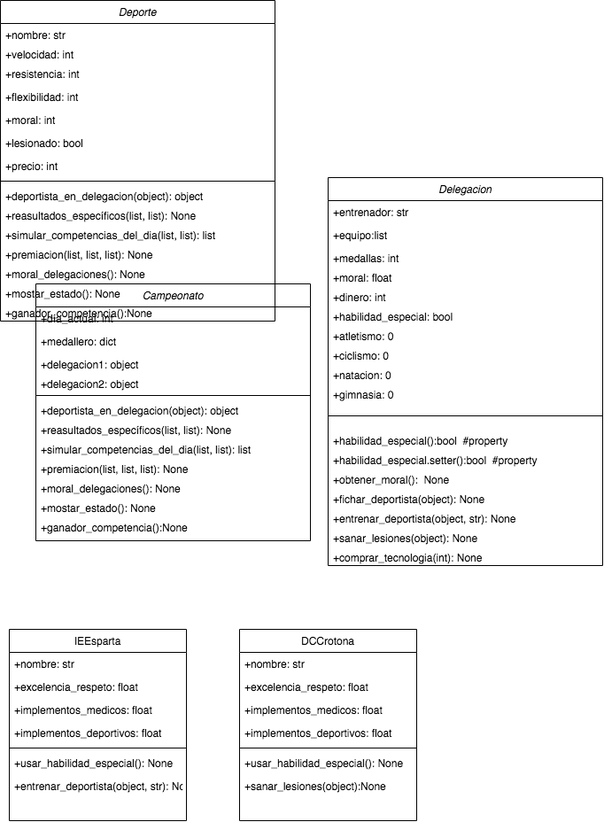
Before: Untitled Diagram.png, a diagram exported from draw.io (nicolaszanni/Programaci-n1). Source tidied: cells renumbered, new cells last; positions are measured from the earlier drawing's top-left corner, leaving out a move shared by most shapes.
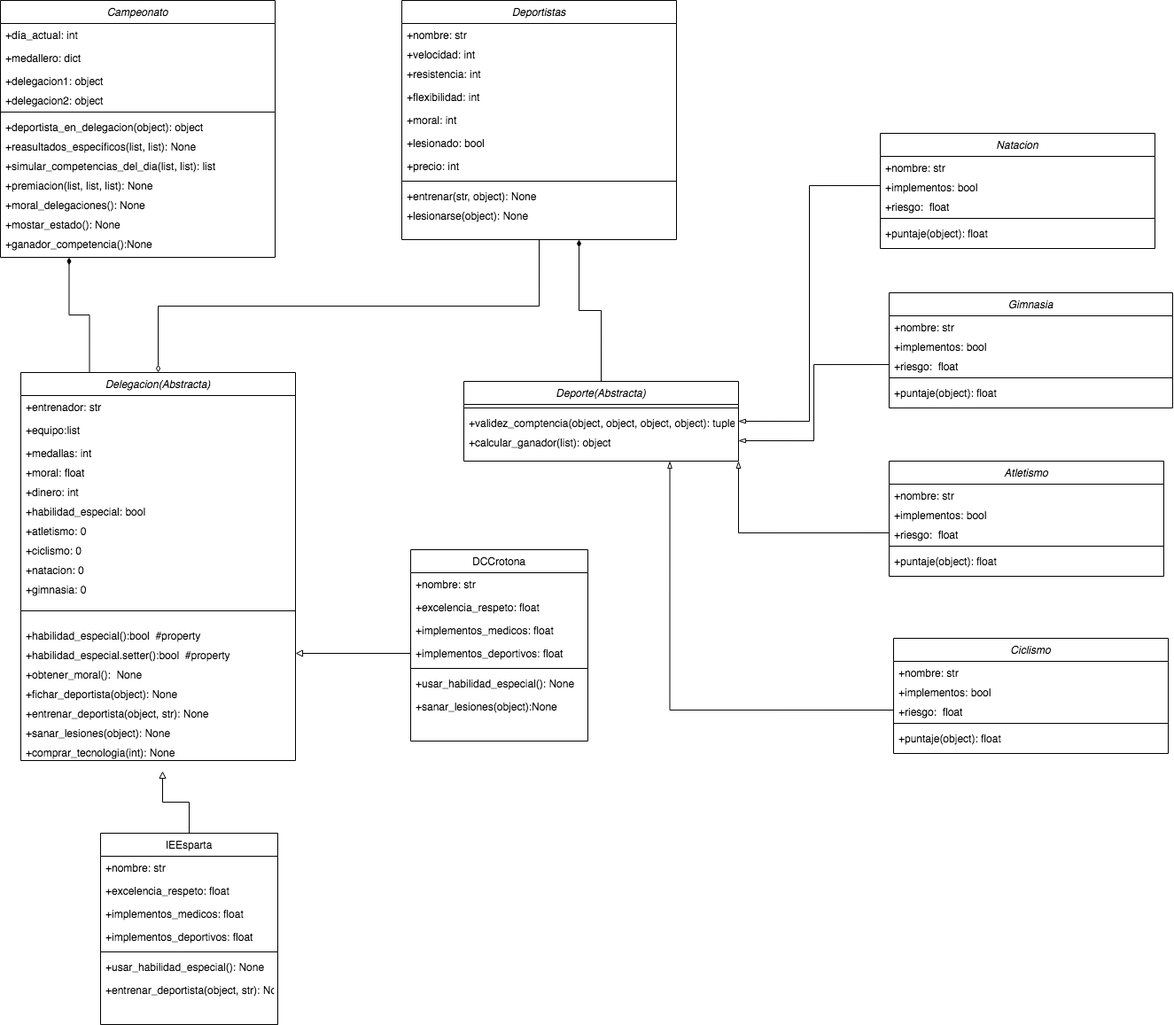
After the commit.

Diff of the diagram source:
```diff
@@ -4,28 +4,4 @@
     <mxCell id="1" parent="0" />
-    <mxCell id="2" value="IEEsparta" style="swimlane;fontStyle=0;align=center;verticalAlign=top;horizontal=1;startSize=26;rounded=0;shadow=0;strokeWidth=1;" parent="1" vertex="1">
-      <mxGeometry x="10" y="710" width="200" height="216" as="geometry" />
-    </mxCell>
-    <mxCell id="3" value="+nombre: str" style="text;align=left;verticalAlign=top;spacingLeft=4;spacingRight=4;overflow=hidden;" parent="2" vertex="1">
-      <mxGeometry y="26" width="200" height="26" as="geometry" />
-    </mxCell>
-    <mxCell id="4" value="+excelencia_respeto: float" style="text;align=left;verticalAlign=top;spacingLeft=4;spacingRight=4;overflow=hidden;rounded=0;shadow=0;html=0;" parent="2" vertex="1">
-      <mxGeometry y="52" width="200" height="26" as="geometry" />
-    </mxCell>
-    <mxCell id="5" value="+implementos_medicos: float" style="text;align=left;verticalAlign=top;spacingLeft=4;spacingRight=4;overflow=hidden;rounded=0;shadow=0;html=0;" parent="2" vertex="1">
-      <mxGeometry y="78" width="200" height="26" as="geometry" />
-    </mxCell>
-    <mxCell id="6" value="+implementos_deportivos: float" style="text;align=left;verticalAlign=top;spacingLeft=4;spacingRight=4;overflow=hidden;rounded=0;shadow=0;html=0;" parent="2" vertex="1">
-      <mxGeometry y="104" width="200" height="26" as="geometry" />
-    </mxCell>
-    <mxCell id="7" style="line;html=1;strokeWidth=1;align=left;verticalAlign=middle;spacingTop=-1;spacingLeft=3;spacingRight=3;labelPosition=right;" parent="2" vertex="1">
-      <mxGeometry y="130" width="200" height="8" as="geometry" />
-    </mxCell>
-    <mxCell id="8" value="+usar_habilidad_especial(): None" style="text;align=left;verticalAlign=top;spacingLeft=4;spacingRight=4;overflow=hidden;" parent="2" vertex="1">
-      <mxGeometry y="138" width="200" height="26" as="geometry" />
-    </mxCell>
-    <mxCell id="9" value="+entrenar_deportista(object, str): None" style="text;align=left;verticalAlign=top;spacingLeft=4;spacingRight=4;overflow=hidden;" parent="2" vertex="1">
-      <mxGeometry y="164" width="200" height="26" as="geometry" />
-    </mxCell>
     <mxCell id="10" value="Campeonato" style="swimlane;fontStyle=2;align=center;verticalAlign=top;horizontal=1;startSize=26;rounded=0;shadow=0;strokeWidth=1;" parent="1" vertex="1">
-      <mxGeometry x="40" y="320" width="310" height="290" as="geometry" />
+      <mxGeometry x="-833" y="-710" width="310" height="290" as="geometry" />
     </mxCell>
@@ -67,4 +43,7 @@
     </mxCell>
+    <mxCell id="66" style="edgeStyle=orthogonalEdgeStyle;rounded=0;jettySize=auto;html=1;exitX=0.25;exitY=0;exitDx=0;exitDy=0;entryX=0.25;entryY=1;entryDx=0;entryDy=0;endArrow=diamondThin;endFill=1;" parent="1" edge="1" source="23" target="10">
+      <mxGeometry relative="1" as="geometry" />
+    </mxCell>
-    <mxCell id="23" value="Delegacion" style="swimlane;fontStyle=2;align=center;verticalAlign=top;horizontal=1;startSize=26;rounded=0;shadow=0;strokeWidth=1;" parent="1" vertex="1">
-      <mxGeometry x="370" y="200" width="310" height="438" as="geometry" />
+    <mxCell id="23" value="Delegacion(Abstracta)" style="swimlane;fontStyle=2;align=center;verticalAlign=top;horizontal=1;startSize=26;rounded=0;shadow=0;strokeWidth=1;" parent="1" vertex="1">
+      <mxGeometry x="-810" y="-290" width="310" height="438" as="geometry" />
     </mxCell>
@@ -124,28 +103,7 @@
     </mxCell>
-    <mxCell id="42" value="DCCrotona" style="swimlane;fontStyle=0;align=center;verticalAlign=top;horizontal=1;startSize=26;rounded=0;shadow=0;strokeWidth=1;" parent="1" vertex="1">
-      <mxGeometry x="270" y="710" width="200" height="216" as="geometry" />
-    </mxCell>
-    <mxCell id="43" value="+nombre: str" style="text;align=left;verticalAlign=top;spacingLeft=4;spacingRight=4;overflow=hidden;" parent="42" vertex="1">
-      <mxGeometry y="26" width="200" height="26" as="geometry" />
-    </mxCell>
-    <mxCell id="44" value="+excelencia_respeto: float" style="text;align=left;verticalAlign=top;spacingLeft=4;spacingRight=4;overflow=hidden;rounded=0;shadow=0;html=0;" parent="42" vertex="1">
-      <mxGeometry y="52" width="200" height="26" as="geometry" />
-    </mxCell>
-    <mxCell id="45" value="+implementos_medicos: float" style="text;align=left;verticalAlign=top;spacingLeft=4;spacingRight=4;overflow=hidden;rounded=0;shadow=0;html=0;" parent="42" vertex="1">
-      <mxGeometry y="78" width="200" height="26" as="geometry" />
-    </mxCell>
-    <mxCell id="46" value="+implementos_deportivos: float" style="text;align=left;verticalAlign=top;spacingLeft=4;spacingRight=4;overflow=hidden;points=[[0,0.5],[1,0.5]];portConstraint=eastwest;rounded=0;shadow=0;html=0;" parent="42" vertex="1">
-      <mxGeometry y="104" width="200" height="26" as="geometry" />
-    </mxCell>
-    <mxCell id="47" style="line;html=1;strokeWidth=1;align=left;verticalAlign=middle;spacingTop=-1;spacingLeft=3;spacingRight=3;labelPosition=right;" parent="42" vertex="1">
-      <mxGeometry y="130" width="200" height="8" as="geometry" />
-    </mxCell>
-    <mxCell id="48" value="+usar_habilidad_especial(): None" style="text;align=left;verticalAlign=top;spacingLeft=4;spacingRight=4;overflow=hidden;" parent="42" vertex="1">
-      <mxGeometry y="138" width="200" height="26" as="geometry" />
-    </mxCell>
-    <mxCell id="49" value="+sanar_lesiones(object):None" style="text;align=left;verticalAlign=top;spacingLeft=4;spacingRight=4;overflow=hidden;" parent="42" vertex="1">
-      <mxGeometry y="164" width="200" height="26" as="geometry" />
-    </mxCell>
+    <mxCell id="67" style="edgeStyle=orthogonalEdgeStyle;rounded=0;jettySize=auto;html=1;exitX=0.5;exitY=1;exitDx=0;exitDy=0;endArrow=diamondThin;endFill=0;" parent="1" edge="1" source="50" target="23">
+      <mxGeometry relative="1" as="geometry" />
+    </mxCell>
-    <mxCell id="50" value="Deporte" style="swimlane;fontStyle=2;align=center;verticalAlign=top;horizontal=1;startSize=26;rounded=0;shadow=0;strokeWidth=1;" parent="1" vertex="1">
-      <mxGeometry width="310" height="362" as="geometry" />
+    <mxCell id="50" value="Deportistas" style="swimlane;fontStyle=2;align=center;verticalAlign=top;horizontal=1;startSize=26;rounded=0;shadow=0;strokeWidth=1;" parent="1" vertex="1">
+      <mxGeometry x="-380" y="-710" width="310" height="270" as="geometry" />
     </mxCell>
@@ -175,23 +133,165 @@
     </mxCell>
-    <mxCell id="59" value="+deportista_en_delegacion(object): object" style="text;align=left;verticalAlign=top;spacingLeft=4;spacingRight=4;overflow=hidden;" parent="50" vertex="1">
+    <mxCell id="59" value="+entrenar(str, object): None" style="text;align=left;verticalAlign=top;spacingLeft=4;spacingRight=4;overflow=hidden;" parent="50" vertex="1">
       <mxGeometry y="208" width="310" height="22" as="geometry" />
     </mxCell>
-    <mxCell id="60" value="+reasultados_específicos(list, list): None" style="text;align=left;verticalAlign=top;spacingLeft=4;spacingRight=4;overflow=hidden;" parent="50" vertex="1">
+    <mxCell id="60" value="+lesionarse(object): None" style="text;align=left;verticalAlign=top;spacingLeft=4;spacingRight=4;overflow=hidden;" parent="50" vertex="1">
       <mxGeometry y="230" width="310" height="22" as="geometry" />
     </mxCell>
-    <mxCell id="61" value="+simular_competencias_del_dia(list, list): list" style="text;align=left;verticalAlign=top;spacingLeft=4;spacingRight=4;overflow=hidden;" parent="50" vertex="1">
-      <mxGeometry y="252" width="310" height="22" as="geometry" />
-    </mxCell>
-    <mxCell id="62" value="+premiacion(list, list, list): None" style="text;align=left;verticalAlign=top;spacingLeft=4;spacingRight=4;overflow=hidden;" parent="50" vertex="1">
-      <mxGeometry y="274" width="310" height="22" as="geometry" />
-    </mxCell>
-    <mxCell id="63" value="+moral_delegaciones(): None&#10;" style="text;align=left;verticalAlign=top;spacingLeft=4;spacingRight=4;overflow=hidden;" parent="50" vertex="1">
-      <mxGeometry y="296" width="310" height="22" as="geometry" />
-    </mxCell>
-    <mxCell id="64" value="+mostar_estado(): None&#10;" style="text;align=left;verticalAlign=top;spacingLeft=4;spacingRight=4;overflow=hidden;" parent="50" vertex="1">
-      <mxGeometry y="318" width="310" height="22" as="geometry" />
-    </mxCell>
-    <mxCell id="65" value="+ganador_competencia():None" style="text;align=left;verticalAlign=top;spacingLeft=4;spacingRight=4;overflow=hidden;" parent="50" vertex="1">
-      <mxGeometry y="340" width="310" height="22" as="geometry" />
-    </mxCell>
+    <mxCell id="68" style="edgeStyle=orthogonalEdgeStyle;rounded=0;jettySize=auto;html=1;exitX=0.5;exitY=0;exitDx=0;exitDy=0;endArrow=diamondThin;endFill=1;" parent="1" edge="1" source="69">
+      <mxGeometry relative="1" as="geometry">
+        <mxPoint x="-180" y="-440" as="targetPoint" />
+      </mxGeometry>
+    </mxCell>
+    <mxCell id="69" value="Deporte(Abstracta)" style="swimlane;fontStyle=2;align=center;verticalAlign=top;horizontal=1;startSize=26;rounded=0;shadow=0;strokeWidth=1;" parent="1" vertex="1">
+      <mxGeometry x="-310" y="-280" width="310" height="90" as="geometry" />
+    </mxCell>
+    <mxCell id="70" style="line;html=1;strokeWidth=1;align=left;verticalAlign=middle;spacingTop=-1;spacingLeft=3;spacingRight=3;labelPosition=right;" parent="69" vertex="1">
+      <mxGeometry y="26" width="310" height="8" as="geometry" />
+    </mxCell>
+    <mxCell id="71" value="+validez_comptencia(object, object, object, object): tuple" style="text;align=left;verticalAlign=top;spacingLeft=4;spacingRight=4;overflow=hidden;points=[[0,0.5],[1,0.5]];portConstraint=eastwest;" parent="69" vertex="1">
+      <mxGeometry y="34" width="310" height="22" as="geometry" />
+    </mxCell>
+    <mxCell id="72" value="+calcular_ganador(list): object" style="text;align=left;verticalAlign=top;spacingLeft=4;spacingRight=4;overflow=hidden;points=[[0,0.5],[1,0.5]];portConstraint=eastwest;" parent="69" vertex="1">
+      <mxGeometry y="56" width="310" height="22" as="geometry" />
+    </mxCell>
+    <mxCell id="73" style="edgeStyle=orthogonalEdgeStyle;rounded=0;jettySize=auto;html=1;exitX=0.5;exitY=0;exitDx=0;exitDy=0;endArrow=block;endFill=0;" parent="1" edge="1" source="2">
+      <mxGeometry relative="1" as="geometry">
+        <mxPoint x="-650" y="160" as="targetPoint" />
+      </mxGeometry>
+    </mxCell>
+    <mxCell id="2" value="IEEsparta" style="swimlane;fontStyle=0;align=center;verticalAlign=top;horizontal=1;startSize=26;rounded=0;shadow=0;strokeWidth=1;" parent="1" vertex="1">
+      <mxGeometry x="-720" y="230" width="200" height="216" as="geometry" />
+    </mxCell>
+    <mxCell id="3" value="+nombre: str" style="text;align=left;verticalAlign=top;spacingLeft=4;spacingRight=4;overflow=hidden;" parent="2" vertex="1">
+      <mxGeometry y="26" width="200" height="26" as="geometry" />
+    </mxCell>
+    <mxCell id="4" value="+excelencia_respeto: float" style="text;align=left;verticalAlign=top;spacingLeft=4;spacingRight=4;overflow=hidden;rounded=0;shadow=0;html=0;" parent="2" vertex="1">
+      <mxGeometry y="52" width="200" height="26" as="geometry" />
+    </mxCell>
+    <mxCell id="5" value="+implementos_medicos: float" style="text;align=left;verticalAlign=top;spacingLeft=4;spacingRight=4;overflow=hidden;rounded=0;shadow=0;html=0;" parent="2" vertex="1">
+      <mxGeometry y="78" width="200" height="26" as="geometry" />
+    </mxCell>
+    <mxCell id="6" value="+implementos_deportivos: float" style="text;align=left;verticalAlign=top;spacingLeft=4;spacingRight=4;overflow=hidden;rounded=0;shadow=0;html=0;" parent="2" vertex="1">
+      <mxGeometry y="104" width="200" height="26" as="geometry" />
+    </mxCell>
+    <mxCell id="7" style="line;html=1;strokeWidth=1;align=left;verticalAlign=middle;spacingTop=-1;spacingLeft=3;spacingRight=3;labelPosition=right;" parent="2" vertex="1">
+      <mxGeometry y="130" width="200" height="8" as="geometry" />
+    </mxCell>
+    <mxCell id="8" value="+usar_habilidad_especial(): None" style="text;align=left;verticalAlign=top;spacingLeft=4;spacingRight=4;overflow=hidden;" parent="2" vertex="1">
+      <mxGeometry y="138" width="200" height="26" as="geometry" />
+    </mxCell>
+    <mxCell id="9" value="+entrenar_deportista(object, str): None" style="text;align=left;verticalAlign=top;spacingLeft=4;spacingRight=4;overflow=hidden;" parent="2" vertex="1">
+      <mxGeometry y="164" width="200" height="26" as="geometry" />
+    </mxCell>
+    <mxCell id="42" value="DCCrotona" style="swimlane;fontStyle=0;align=center;verticalAlign=top;horizontal=1;startSize=26;rounded=0;shadow=0;strokeWidth=1;" parent="1" vertex="1">
+      <mxGeometry x="-370" y="-90" width="200" height="216" as="geometry" />
+    </mxCell>
+    <mxCell id="43" value="+nombre: str" style="text;align=left;verticalAlign=top;spacingLeft=4;spacingRight=4;overflow=hidden;" parent="42" vertex="1">
+      <mxGeometry y="26" width="200" height="26" as="geometry" />
+    </mxCell>
+    <mxCell id="44" value="+excelencia_respeto: float" style="text;align=left;verticalAlign=top;spacingLeft=4;spacingRight=4;overflow=hidden;rounded=0;shadow=0;html=0;" parent="42" vertex="1">
+      <mxGeometry y="52" width="200" height="26" as="geometry" />
+    </mxCell>
+    <mxCell id="45" value="+implementos_medicos: float" style="text;align=left;verticalAlign=top;spacingLeft=4;spacingRight=4;overflow=hidden;rounded=0;shadow=0;html=0;" parent="42" vertex="1">
+      <mxGeometry y="78" width="200" height="26" as="geometry" />
+    </mxCell>
+    <mxCell id="46" value="+implementos_deportivos: float" style="text;align=left;verticalAlign=top;spacingLeft=4;spacingRight=4;overflow=hidden;points=[[0,0.5],[1,0.5]];portConstraint=eastwest;rounded=0;shadow=0;html=0;" parent="42" vertex="1">
+      <mxGeometry y="104" width="200" height="26" as="geometry" />
+    </mxCell>
+    <mxCell id="47" style="line;html=1;strokeWidth=1;align=left;verticalAlign=middle;spacingTop=-1;spacingLeft=3;spacingRight=3;labelPosition=right;" parent="42" vertex="1">
+      <mxGeometry y="130" width="200" height="8" as="geometry" />
+    </mxCell>
+    <mxCell id="48" value="+usar_habilidad_especial(): None" style="text;align=left;verticalAlign=top;spacingLeft=4;spacingRight=4;overflow=hidden;" parent="42" vertex="1">
+      <mxGeometry y="138" width="200" height="26" as="geometry" />
+    </mxCell>
+    <mxCell id="49" value="+sanar_lesiones(object):None" style="text;align=left;verticalAlign=top;spacingLeft=4;spacingRight=4;overflow=hidden;" parent="42" vertex="1">
+      <mxGeometry y="164" width="200" height="26" as="geometry" />
+    </mxCell>
+    <mxCell id="74" value="Gimnasia" style="swimlane;fontStyle=2;align=center;verticalAlign=top;horizontal=1;startSize=26;rounded=0;shadow=0;strokeWidth=1;" parent="1" vertex="1">
+      <mxGeometry x="170" y="-380" width="320" height="130" as="geometry" />
+    </mxCell>
+    <mxCell id="75" value="+nombre: str" style="text;align=left;verticalAlign=top;spacingLeft=4;spacingRight=4;overflow=hidden;" parent="74" vertex="1">
+      <mxGeometry y="26" width="320" height="22" as="geometry" />
+    </mxCell>
+    <mxCell id="76" value="+implementos: bool" style="text;align=left;verticalAlign=top;spacingLeft=4;spacingRight=4;overflow=hidden;" parent="74" vertex="1">
+      <mxGeometry y="48" width="320" height="22" as="geometry" />
+    </mxCell>
+    <mxCell id="77" value="+riesgo:  float" style="text;align=left;verticalAlign=top;spacingLeft=4;spacingRight=4;overflow=hidden;points=[[0,0.5],[1,0.5]];portConstraint=eastwest;" parent="74" vertex="1">
+      <mxGeometry y="70" width="320" height="22" as="geometry" />
+    </mxCell>
+    <mxCell id="78" style="line;html=1;strokeWidth=1;align=left;verticalAlign=middle;spacingTop=-1;spacingLeft=3;spacingRight=3;labelPosition=right;" parent="74" vertex="1">
+      <mxGeometry y="92" width="320" height="8" as="geometry" />
+    </mxCell>
+    <mxCell id="79" value="+puntaje(object): float" style="text;align=left;verticalAlign=top;spacingLeft=4;spacingRight=4;overflow=hidden;" parent="74" vertex="1">
+      <mxGeometry y="100" width="320" height="22" as="geometry" />
+    </mxCell>
+    <mxCell id="80" value="Atletismo" style="swimlane;fontStyle=2;align=center;verticalAlign=top;horizontal=1;startSize=26;rounded=0;shadow=0;strokeWidth=1;" parent="1" vertex="1">
+      <mxGeometry x="170" y="-190" width="310" height="130" as="geometry" />
+    </mxCell>
+    <mxCell id="81" value="+nombre: str" style="text;align=left;verticalAlign=top;spacingLeft=4;spacingRight=4;overflow=hidden;" parent="80" vertex="1">
+      <mxGeometry y="26" width="310" height="22" as="geometry" />
+    </mxCell>
+    <mxCell id="82" value="+implementos: bool" style="text;align=left;verticalAlign=top;spacingLeft=4;spacingRight=4;overflow=hidden;" parent="80" vertex="1">
+      <mxGeometry y="48" width="310" height="22" as="geometry" />
+    </mxCell>
+    <mxCell id="83" value="+riesgo:  float" style="text;align=left;verticalAlign=top;spacingLeft=4;spacingRight=4;overflow=hidden;points=[[0,0.5],[1,0.5]];portConstraint=eastwest;" parent="80" vertex="1">
+      <mxGeometry y="70" width="310" height="22" as="geometry" />
+    </mxCell>
+    <mxCell id="84" style="line;html=1;strokeWidth=1;align=left;verticalAlign=middle;spacingTop=-1;spacingLeft=3;spacingRight=3;labelPosition=right;" parent="80" vertex="1">
+      <mxGeometry y="92" width="310" height="8" as="geometry" />
+    </mxCell>
+    <mxCell id="85" value="+puntaje(object): float" style="text;align=left;verticalAlign=top;spacingLeft=4;spacingRight=4;overflow=hidden;" parent="80" vertex="1">
+      <mxGeometry y="100" width="310" height="22" as="geometry" />
+    </mxCell>
+    <mxCell id="86" value="Natacion" style="swimlane;fontStyle=2;align=center;verticalAlign=top;horizontal=1;startSize=26;rounded=0;shadow=0;strokeWidth=1;" parent="1" vertex="1">
+      <mxGeometry x="160" y="-560" width="310" height="130" as="geometry" />
+    </mxCell>
+    <mxCell id="87" value="+nombre: str" style="text;align=left;verticalAlign=top;spacingLeft=4;spacingRight=4;overflow=hidden;" parent="86" vertex="1">
+      <mxGeometry y="26" width="310" height="22" as="geometry" />
+    </mxCell>
+    <mxCell id="88" value="+implementos: bool" style="text;align=left;verticalAlign=top;spacingLeft=4;spacingRight=4;overflow=hidden;points=[[0,0.5],[1,0.5]];portConstraint=eastwest;" parent="86" vertex="1">
+      <mxGeometry y="48" width="310" height="22" as="geometry" />
+    </mxCell>
+    <mxCell id="89" value="+riesgo:  float" style="text;align=left;verticalAlign=top;spacingLeft=4;spacingRight=4;overflow=hidden;" parent="86" vertex="1">
+      <mxGeometry y="70" width="310" height="22" as="geometry" />
+    </mxCell>
+    <mxCell id="90" style="line;html=1;strokeWidth=1;align=left;verticalAlign=middle;spacingTop=-1;spacingLeft=3;spacingRight=3;labelPosition=right;" parent="86" vertex="1">
+      <mxGeometry y="92" width="310" height="8" as="geometry" />
+    </mxCell>
+    <mxCell id="91" value="+puntaje(object): float" style="text;align=left;verticalAlign=top;spacingLeft=4;spacingRight=4;overflow=hidden;" parent="86" vertex="1">
+      <mxGeometry y="100" width="310" height="22" as="geometry" />
+    </mxCell>
+    <mxCell id="92" value="Ciclismo" style="swimlane;fontStyle=2;align=center;verticalAlign=top;horizontal=1;startSize=26;rounded=0;shadow=0;strokeWidth=1;" parent="1" vertex="1">
+      <mxGeometry x="175" y="10" width="310" height="130" as="geometry" />
+    </mxCell>
+    <mxCell id="93" value="+nombre: str" style="text;align=left;verticalAlign=top;spacingLeft=4;spacingRight=4;overflow=hidden;" parent="92" vertex="1">
+      <mxGeometry y="26" width="310" height="22" as="geometry" />
+    </mxCell>
+    <mxCell id="94" value="+implementos: bool" style="text;align=left;verticalAlign=top;spacingLeft=4;spacingRight=4;overflow=hidden;" parent="92" vertex="1">
+      <mxGeometry y="48" width="310" height="22" as="geometry" />
+    </mxCell>
+    <mxCell id="95" value="+riesgo:  float" style="text;align=left;verticalAlign=top;spacingLeft=4;spacingRight=4;overflow=hidden;points=[[0,0.5],[1,0.5]];portConstraint=eastwest;" parent="92" vertex="1">
+      <mxGeometry y="70" width="310" height="22" as="geometry" />
+    </mxCell>
+    <mxCell id="96" style="line;html=1;strokeWidth=1;align=left;verticalAlign=middle;spacingTop=-1;spacingLeft=3;spacingRight=3;labelPosition=right;" parent="92" vertex="1">
+      <mxGeometry y="92" width="310" height="8" as="geometry" />
+    </mxCell>
+    <mxCell id="97" value="+puntaje(object): float" style="text;align=left;verticalAlign=top;spacingLeft=4;spacingRight=4;overflow=hidden;" parent="92" vertex="1">
+      <mxGeometry y="100" width="310" height="22" as="geometry" />
+    </mxCell>
+    <mxCell id="98" style="edgeStyle=orthogonalEdgeStyle;rounded=0;jettySize=auto;html=1;exitX=0;exitY=0.5;exitDx=0;exitDy=0;entryX=1;entryY=0.5;entryDx=0;entryDy=0;endArrow=block;endFill=0;" parent="1" edge="1" source="46" target="36">
+      <mxGeometry relative="1" as="geometry" />
+    </mxCell>
+    <mxCell id="99" style="edgeStyle=orthogonalEdgeStyle;rounded=0;jettySize=auto;html=1;exitX=0;exitY=0.5;exitDx=0;exitDy=0;entryX=1;entryY=0.5;entryDx=0;entryDy=0;endArrow=blockThin;endFill=0;" parent="1" edge="1" source="88" target="71">
+      <mxGeometry relative="1" as="geometry" />
+    </mxCell>
+    <mxCell id="100" style="edgeStyle=orthogonalEdgeStyle;rounded=0;jettySize=auto;html=1;exitX=0;exitY=0.5;exitDx=0;exitDy=0;entryX=1;entryY=0.5;entryDx=0;entryDy=0;endArrow=blockThin;endFill=0;" parent="1" edge="1" source="77" target="72">
+      <mxGeometry relative="1" as="geometry" />
+    </mxCell>
+    <mxCell id="101" style="edgeStyle=orthogonalEdgeStyle;rounded=0;jettySize=auto;html=1;exitX=0;exitY=0.5;exitDx=0;exitDy=0;entryX=1;entryY=1;entryDx=0;entryDy=0;endArrow=blockThin;endFill=0;" parent="1" edge="1" source="83" target="69">
+      <mxGeometry relative="1" as="geometry" />
+    </mxCell>
+    <mxCell id="102" style="edgeStyle=orthogonalEdgeStyle;rounded=0;jettySize=auto;html=1;exitX=0;exitY=0.5;exitDx=0;exitDy=0;entryX=0.75;entryY=1;entryDx=0;entryDy=0;endArrow=blockThin;endFill=0;" parent="1" edge="1" source="95" target="69">
+      <mxGeometry relative="1" as="geometry" />
+    </mxCell>
   </root>
```
